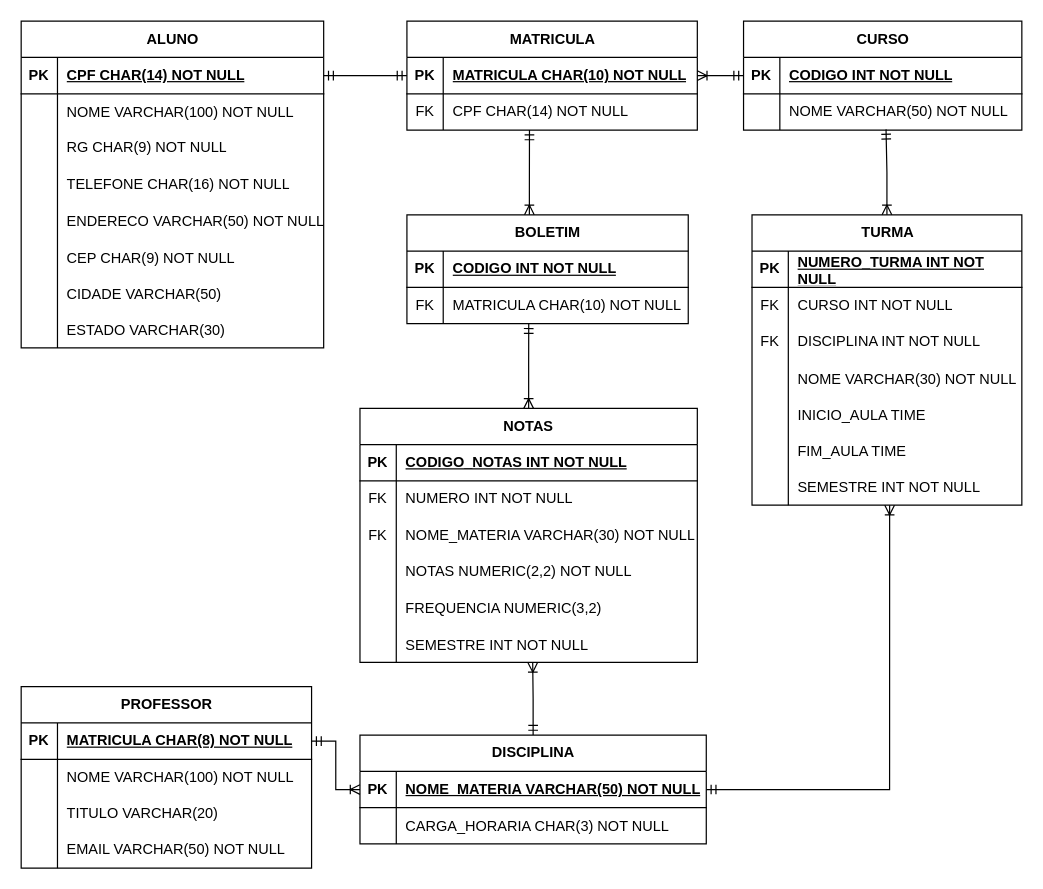
ngdx4/banco_de_dados1 keeps this draw.io diagram as atividade db b2.drawio. Above is the earlier version. Source tidied: cells renumbered, new cells numbered last; positions are measured from the earlier drawing's top-left corner, leaving out a move shared by most shapes. Both pictures are drawn from the tidied source at 121%, with x=0, y=0 at pixel (21, 21).
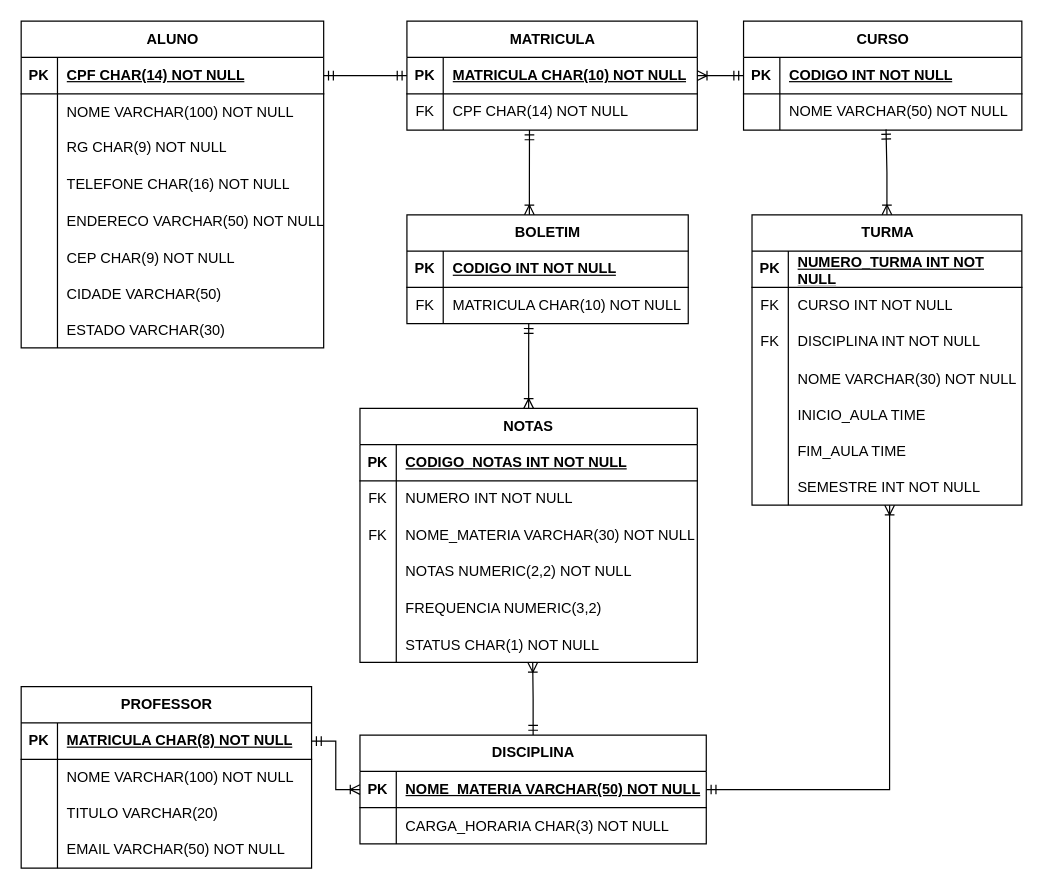
Above is the later version.

The change refers to these unchanged cells:
```xml
<mxCell id="110" style="shape=tableRow;horizontal=0;startSize=0;swimlaneHead=0;swimlaneBody=0;fillColor=none;points=[[0,0.5],[1,0.5]];portConstraint=eastwest;top=0;left=0;right=0;bottom=0;" parent="94" vertex="1">
  <mxGeometry y="180" width="278.8" height="30" as="geometry" />
</mxCell>
```

The edit, as a diff of the source:
```diff
@@
-    <mxCell id="112" value="SEMESTRE INT NOT NULL" style="shape=partialRectangle;fillColor=none;top=0;left=0;bottom=0;right=0;align=left;spacingLeft=6;overflow=hidden;" parent="110" vertex="1">
+    <mxCell id="112" value="STATUS CHAR(1) NOT NULL" style="shape=partialRectangle;fillColor=none;top=0;left=0;bottom=0;right=0;align=left;spacingLeft=6;overflow=hidden;" parent="110" vertex="1">
       <mxGeometry x="30" width="248.8" height="30" as="geometry" />
     </mxCell>
```
